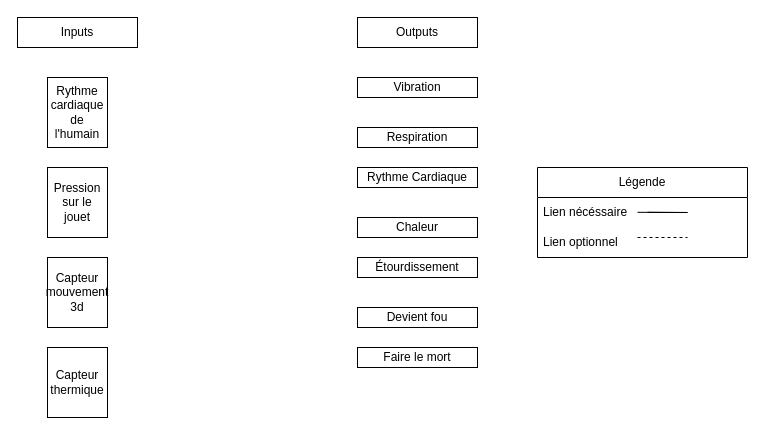
ShepherdPoggers/ToutouCool keeps this draw.io diagram as InteractionInputOutput.drawio. Above is the earlier version. Source tidied: cells renumbered, new cells numbered last; positions are measured from the earlier drawing's top-left corner, leaving out a move shared by most shapes. Both pictures are drawn from the tidied source at 100%, with x=0, y=0 at pixel (17, 17).
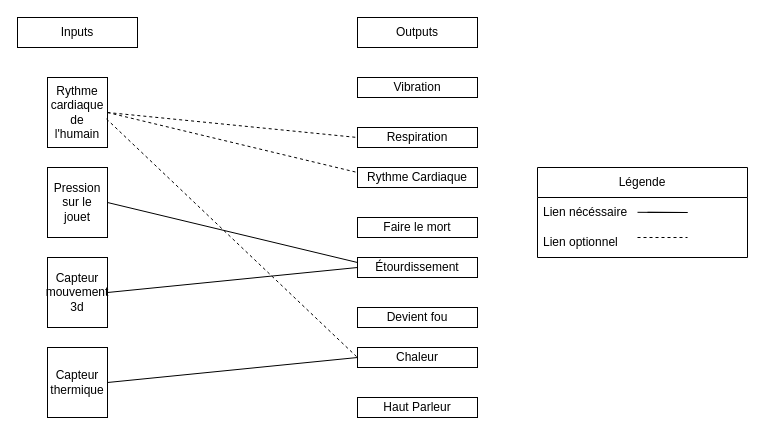
Above is the later version.

Commit message:
Ajout de liens entre Input et OutPut

Unchanged cells that the change refers to:
```xml
<mxCell id="2" value="&lt;div align=&quot;center&quot;&gt;Rythme cardiaque de l'humain&lt;/div&gt;" style="rounded=0;whiteSpace=wrap;html=1;align=center;" parent="1" vertex="1">
  <mxGeometry x="30" y="60" width="60" height="70" as="geometry" />
</mxCell>
<mxCell id="3" value="&lt;div align=&quot;center&quot;&gt;Pression sur le jouet&lt;/div&gt;" style="rounded=0;whiteSpace=wrap;html=1;align=center;" parent="1" vertex="1">
  <mxGeometry x="30" y="150" width="60" height="70" as="geometry" />
</mxCell>
<mxCell id="4" value="Capteur mouvement 3d" style="rounded=0;whiteSpace=wrap;html=1;" parent="1" vertex="1">
  <mxGeometry x="30" y="240" width="60" height="70" as="geometry" />
</mxCell>
<mxCell id="5" value="Capteur thermique" style="rounded=0;whiteSpace=wrap;html=1;" parent="1" vertex="1">
  <mxGeometry x="30" y="330" width="60" height="70" as="geometry" />
</mxCell>
<mxCell id="13" value="Respiration" style="rounded=0;whiteSpace=wrap;html=1;" parent="1" vertex="1">
  <mxGeometry x="340" y="110" width="120" height="20" as="geometry" />
</mxCell>
<mxCell id="14" value="Rythme Cardiaque" style="rounded=0;whiteSpace=wrap;html=1;" parent="1" vertex="1">
  <mxGeometry x="340" y="150" width="120" height="20" as="geometry" />
</mxCell>
<mxCell id="16" value="Étourdissement" style="rounded=0;whiteSpace=wrap;html=1;" parent="1" vertex="1">
  <mxGeometry x="340" y="240" width="120" height="20" as="geometry" />
</mxCell>
```

The edit, as a diff of the source:
```diff
@@
     <mxCell id="15" value="Chaleur" style="rounded=0;whiteSpace=wrap;html=1;" parent="1" vertex="1">
-      <mxGeometry x="340" y="200" width="120" height="20" as="geometry" />
+      <mxGeometry x="340" y="330" width="120" height="20" as="geometry" />
     </mxCell>
@@
     <mxCell id="17" value="Faire le mort" style="rounded=0;whiteSpace=wrap;html=1;" parent="1" vertex="1">
-      <mxGeometry x="340" y="330" width="120" height="20" as="geometry" />
+      <mxGeometry x="340" y="200" width="120" height="20" as="geometry" />
     </mxCell>
@@
+    <mxCell id="20" style="endArrow=none;html=1;rounded=0;exitX=1;exitY=0.5;exitDx=0;exitDy=0;entryX=0;entryY=0.5;entryDx=0;entryDy=0;" parent="1" edge="1" source="4" target="16">
+      <mxGeometry relative="1" as="geometry" />
+    </mxCell>
+    <mxCell id="21" style="endArrow=none;html=1;rounded=0;exitX=1;exitY=0.5;exitDx=0;exitDy=0;entryX=0;entryY=0.25;entryDx=0;entryDy=0;" parent="1" edge="1" source="3" target="16">
+      <mxGeometry relative="1" as="geometry" />
+    </mxCell>
+    <mxCell id="22" style="endArrow=none;html=1;rounded=0;exitX=1;exitY=0.5;exitDx=0;exitDy=0;entryX=0;entryY=0.5;entryDx=0;entryDy=0;" parent="1" edge="1" source="5" target="15">
+      <mxGeometry relative="1" as="geometry" />
+    </mxCell>
+    <mxCell id="23" style="endArrow=none;dashed=1;html=1;rounded=0;exitX=0.983;exitY=0.592;exitDx=0;exitDy=0;exitPerimeter=0;entryX=0;entryY=0.5;entryDx=0;entryDy=0;" parent="1" edge="1" source="2" target="15">
+      <mxGeometry relative="1" as="geometry" />
+    </mxCell>
+    <mxCell id="24" style="endArrow=none;dashed=1;html=1;rounded=0;entryX=0;entryY=0.5;entryDx=0;entryDy=0;exitX=1;exitY=0.5;exitDx=0;exitDy=0;" parent="1" edge="1" source="2" target="13">
+      <mxGeometry relative="1" as="geometry" />
+    </mxCell>
+    <mxCell id="25" style="endArrow=none;dashed=1;html=1;rounded=0;exitX=1;exitY=0.5;exitDx=0;exitDy=0;entryX=0;entryY=0.25;entryDx=0;entryDy=0;" parent="1" edge="1" source="2" target="14">
+      <mxGeometry relative="1" as="geometry" />
+    </mxCell>
+    <mxCell id="26" value="Haut Parleur" style="rounded=0;whiteSpace=wrap;html=1;" parent="1" vertex="1">
+      <mxGeometry x="340" y="380" width="120" height="20" as="geometry" />
+    </mxCell>
```
